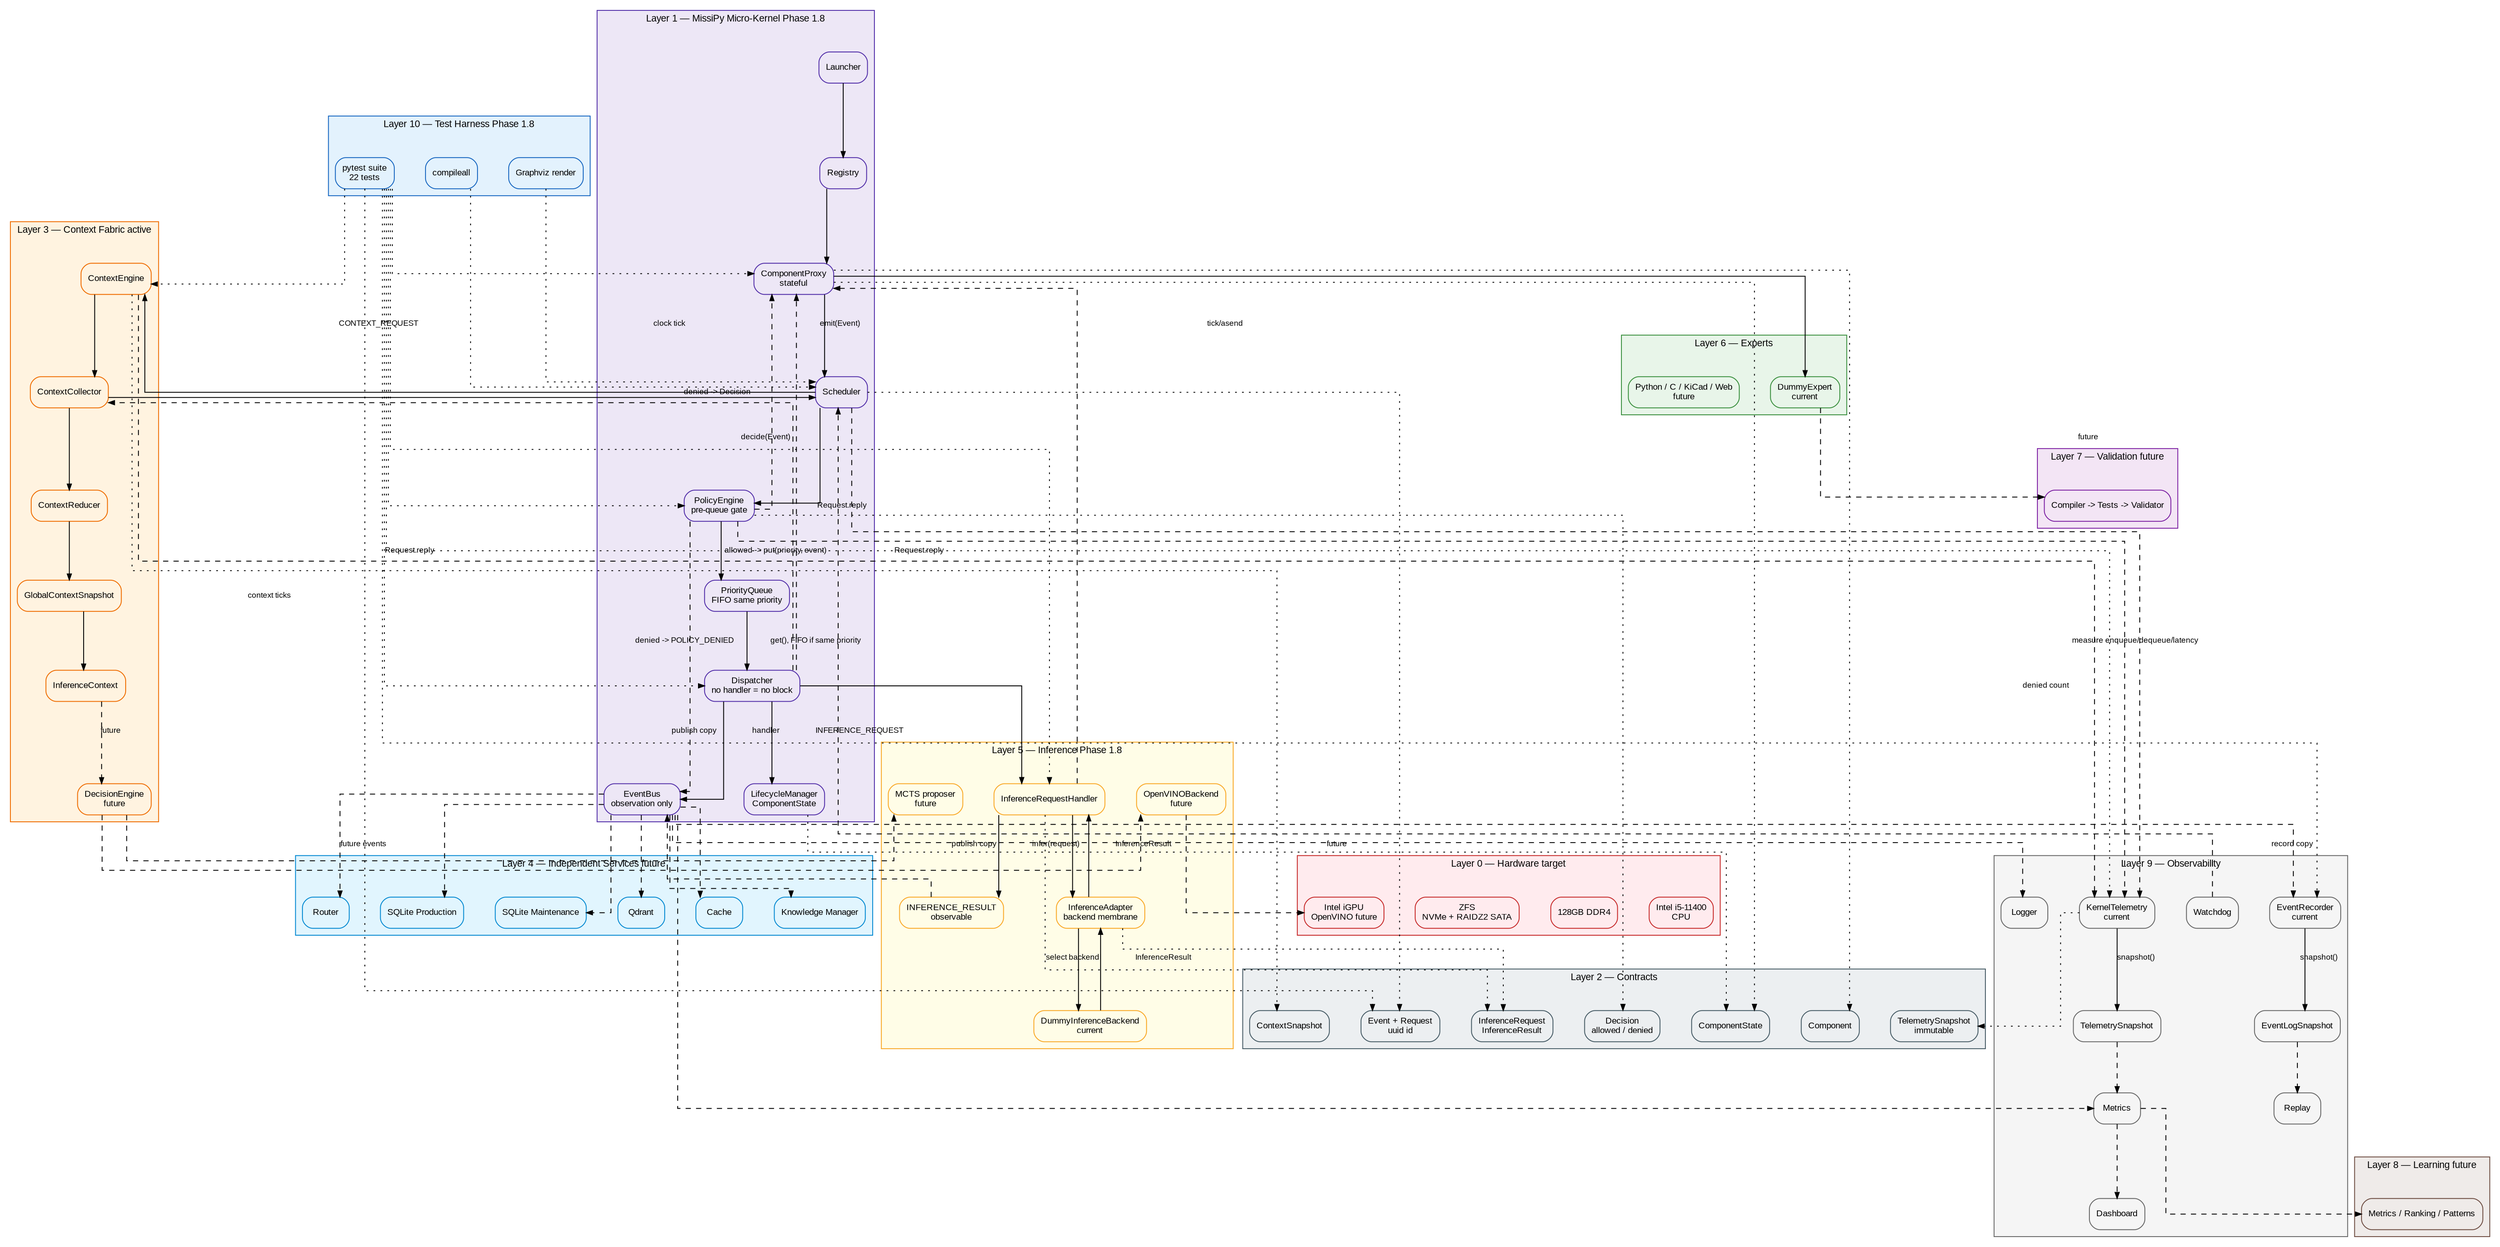
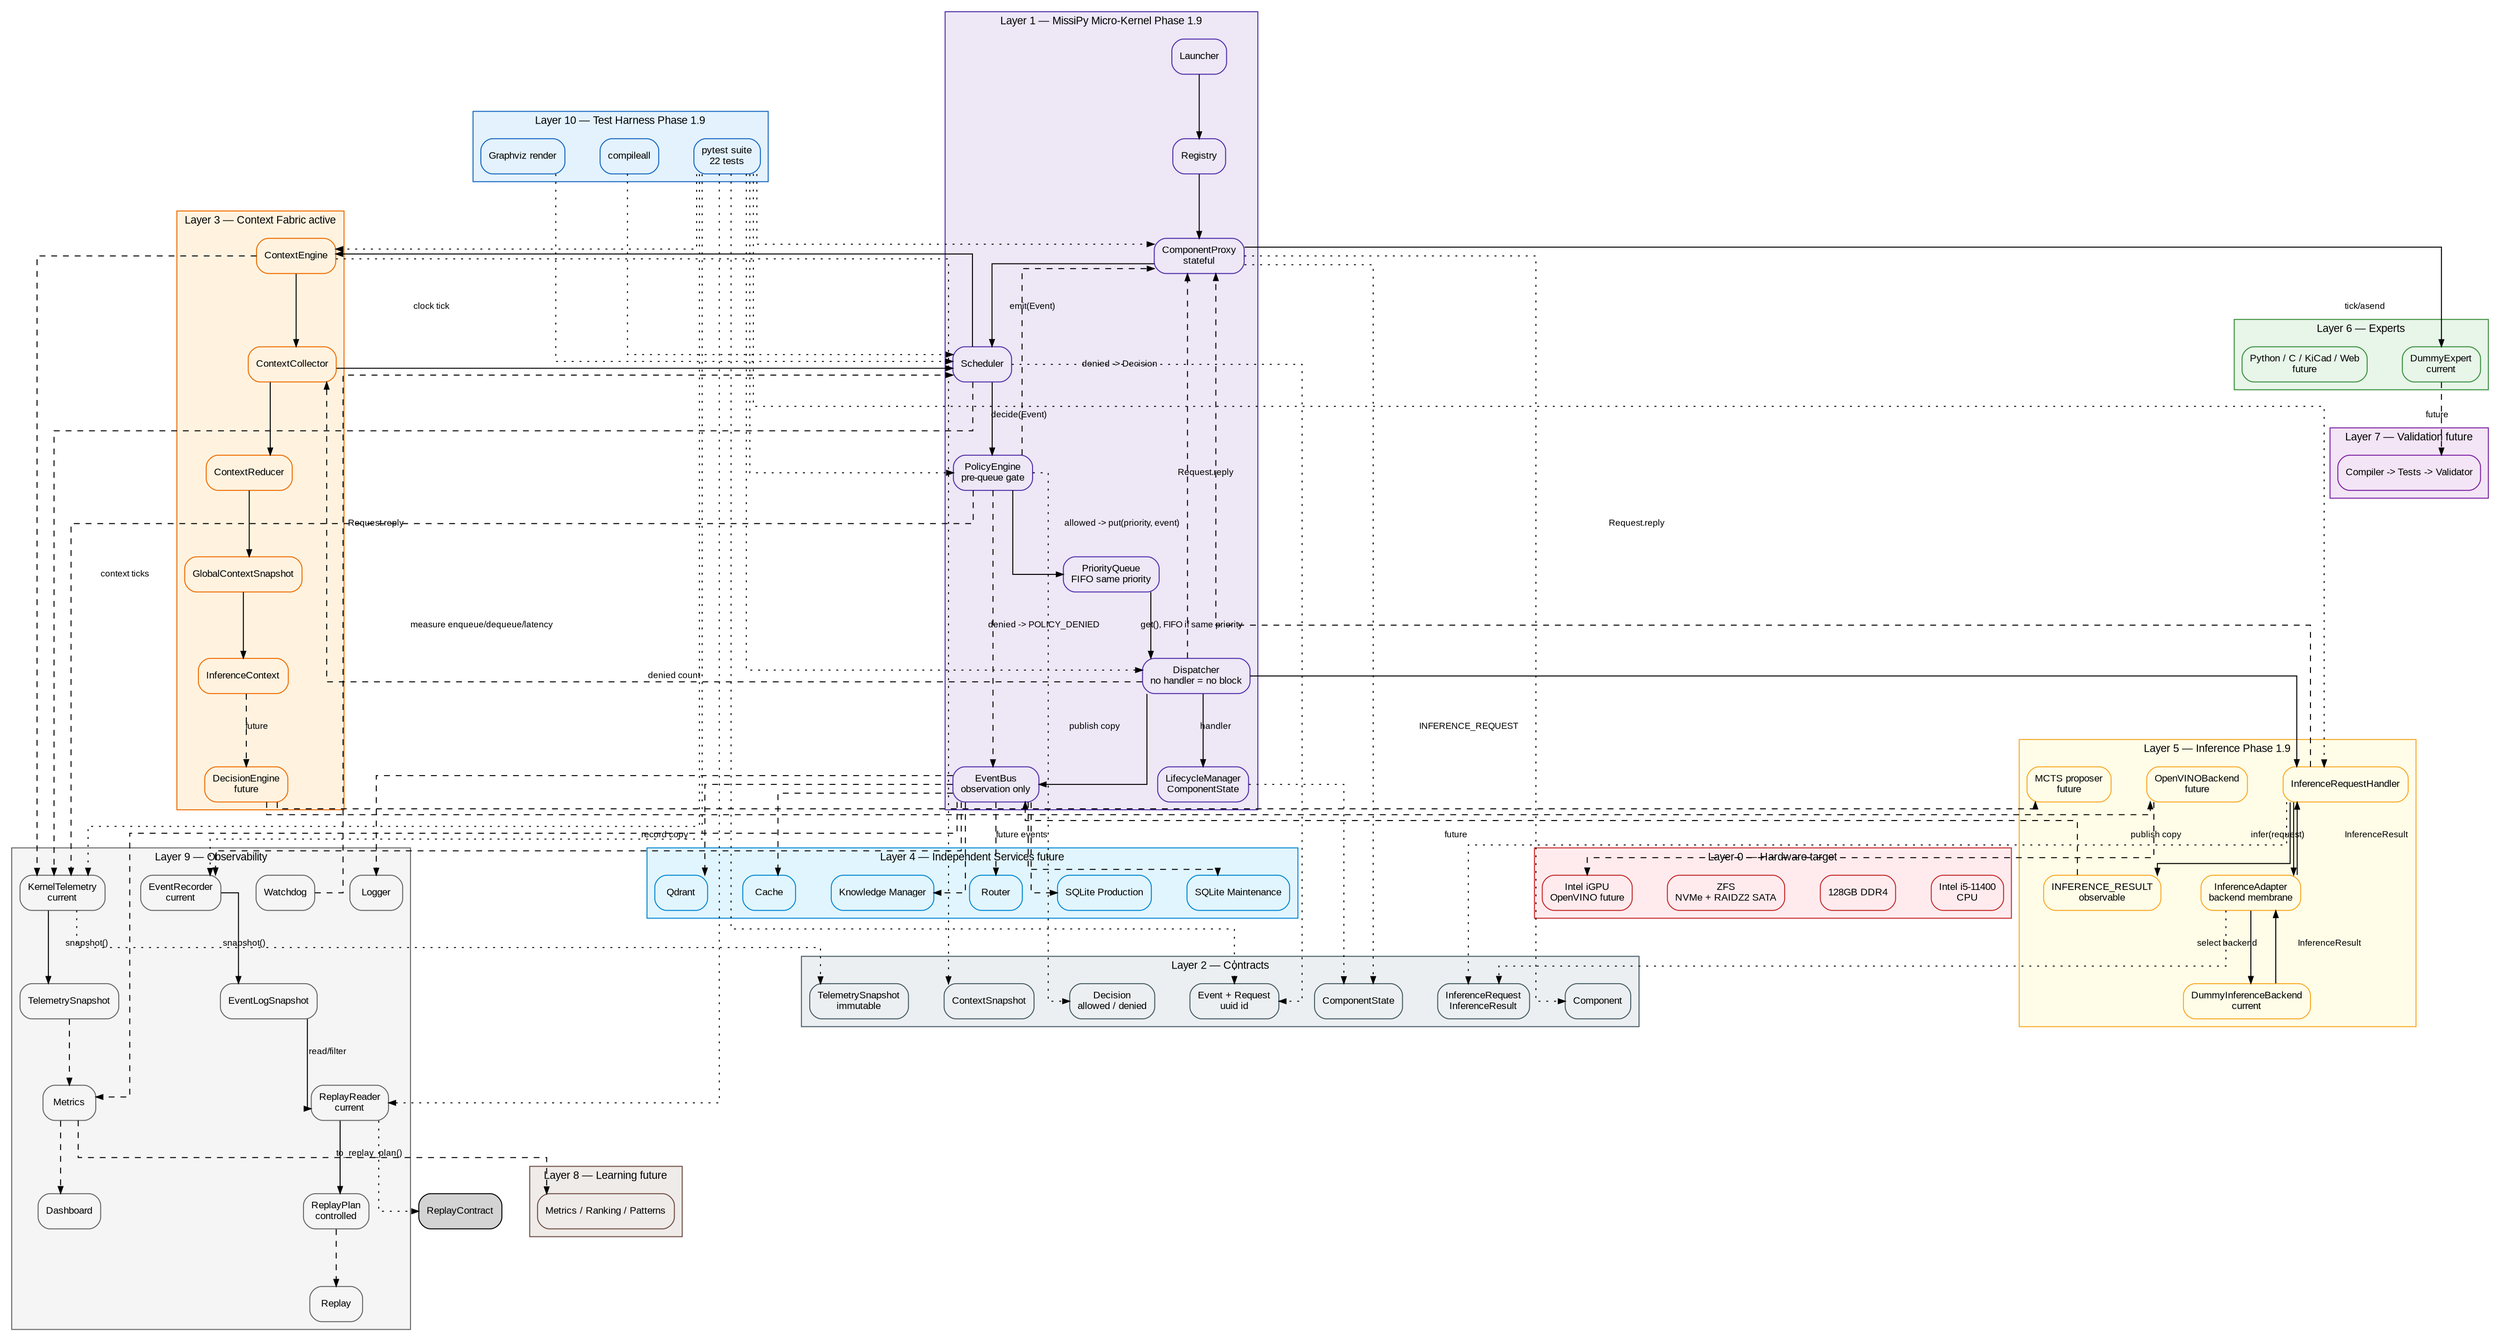
digraph Global {
    rankdir=TB;
    compound=true;
    splines=ortho;
    nodesep=0.5;
    ranksep=0.8;

    graph [fontname="Arial", fontsize=11];
    node [shape=box, style="rounded,filled", fontname="Arial", fontsize=10];
    edge [fontname="Arial", fontsize=9, arrowsize=0.7];

-     // ROADMAP_NOTE[phase1_8]:
-     // Le Layer 9 ajoute EventRecorder comme journal passif d'événements.
-     // KernelTelemetry mesure les invariants runtime, EventRecorder capture
-     // des EventRecord immuables depuis l'EventBus. Aucun des deux ne commande
-     // l'exécution ; ils préparent dashboard, watchdog et replay futur.
+     // ROADMAP_NOTE[phase1_9]:
+     // Le Layer 9 ajoute ReplayReader après EventRecorder.
+     // EventRecorder capture les EventRecord depuis l'EventBus.
+     // ReplayReader lit/filtre EventLogSnapshot et produit un ReplayPlan contrôlé.
+     // Aucun outil d'observabilité ne commande l'exécution.

    subgraph cluster_L0 {
        label="Layer 0 — Hardware target";
        color="#c62828";
        bgcolor="#ffebee";
        node [fillcolor="#ffebee", color="#c62828"];
        CPU [label="Intel i5-11400\nCPU"];
        RAM [label="128GB DDR4"];
        Storage [label="ZFS\nNVMe + RAIDZ2 SATA"];
        GPU [label="Intel iGPU\nOpenVINO future"];
    }

    subgraph cluster_L1 {
-         label="Layer 1 — MissiPy Micro-Kernel Phase 1.8";
+         label="Layer 1 — MissiPy Micro-Kernel Phase 1.9";
        color="#512da8";
        bgcolor="#ede7f6";
        node [fillcolor="#ede7f6", color="#512da8"];
        Launcher [URL="scheduler/10_scheduler.svg", tooltip="Zoom Scheduler"];
        Registry [URL="scheduler/10_scheduler.svg", tooltip="Registry"];
        Proxy [label="ComponentProxy\nstateful", URL="scheduler/10_scheduler.svg", tooltip="Runtime proxy"];
        Scheduler [URL="scheduler/10_scheduler.svg", tooltip="Zoom Scheduler"];
        Policy [label="PolicyEngine\npre-queue gate", URL="scheduler/10_scheduler.svg"];
        Queue [label="PriorityQueue\nFIFO same priority", URL="scheduler/10_scheduler.svg"];
        Dispatcher [label="Dispatcher\nno handler = no block", URL="scheduler/10_scheduler.svg"];
        EventBus [label="EventBus\nobservation only", URL="scheduler/10_scheduler.svg"];
        Lifecycle [label="LifecycleManager\nComponentState", URL="scheduler/10_scheduler.svg"];
    }

    subgraph cluster_L2 {
        label="Layer 2 — Contracts";
        color="#455a64";
        bgcolor="#eceff1";
        node [fillcolor="#eceff1", color="#455a64"];
        EventContract [label="Event + Request\nuuid id"];
        LifecycleContract [label="ComponentState"];
        ComponentContract [label="Component"];
        ContextContract [label="ContextSnapshot"];
        InferenceContract [label="InferenceRequest\nInferenceResult"];
        PolicyContract [label="Decision\nallowed / denied"];
        TelemetryContract [label="TelemetrySnapshot\nimmutable"];
    }

    subgraph cluster_L3 {
        label="Layer 3 — Context Fabric active";
        color="#ef6c00";
        bgcolor="#fff3e0";
        node [fillcolor="#fff3e0", color="#ef6c00"];
        ContextEngine [label="ContextEngine", URL="context/20_context.svg"];
        Collector [label="ContextCollector", URL="context/20_context.svg"];
        Reducer [label="ContextReducer", URL="context/20_context.svg"];
        Snapshot [label="GlobalContextSnapshot", URL="context/20_context.svg"];
        InferenceCtx [label="InferenceContext", URL="context/20_context.svg"];
        Decision [label="DecisionEngine\nfuture", URL="context/20_context.svg"];
    }

    subgraph cluster_L4 {
        label="Layer 4 — Independent Services future";
        color="#0288d1";
        bgcolor="#e1f5fe";
        node [fillcolor="#e1f5fe", color="#0288d1"];
        Router [URL="services/30_services.svg"];
        SQLiteProd [label="SQLite Production", URL="services/30_services.svg"];
        SQLiteMaint [label="SQLite Maintenance", URL="services/30_services.svg"];
        Qdrant [URL="services/30_services.svg"];
        Cache [URL="services/30_services.svg"];
        Knowledge [label="Knowledge Manager", URL="services/30_services.svg"];
    }

    subgraph cluster_L5 {
-         label="Layer 5 — Inference Phase 1.8";
+         label="Layer 5 — Inference Phase 1.9";
        color="#f9a825";
        bgcolor="#fffde7";
        node [fillcolor="#fffde7", color="#f9a825"];
        InferenceHandler [label="InferenceRequestHandler", URL="inference/40_inference.svg"];
        InferenceAdapter [label="InferenceAdapter\nbackend membrane", URL="inference/40_inference.svg"];
        DummyBackend [label="DummyInferenceBackend\ncurrent", URL="inference/40_inference.svg"];
        InferenceResult [label="INFERENCE_RESULT\nobservable", URL="inference/40_inference.svg"];
        OpenVINO [label="OpenVINOBackend\nfuture", URL="inference/40_inference.svg"];
        MCTS [label="MCTS proposer\nfuture"];
    }

    subgraph cluster_L6 {
        label="Layer 6 — Experts";
        color="#388e3c";
        bgcolor="#e8f5e9";
        node [fillcolor="#e8f5e9", color="#388e3c"];
        Dummy [label="DummyExpert\ncurrent", URL="experts/40_experts.svg"];
        ExpertsFuture [label="Python / C / KiCad / Web\nfuture", URL="experts/40_experts.svg"];
    }

    subgraph cluster_L7 {
        label="Layer 7 — Validation future";
        color="#7b1fa2";
        bgcolor="#f3e5f5";
        node [fillcolor="#f3e5f5", color="#7b1fa2"];
        Validation [label="Compiler -> Tests -> Validator", URL="validation/50_validation.svg"];
    }

    subgraph cluster_L8 {
        label="Layer 8 — Learning future";
        color="#6d4c41";
        bgcolor="#efebe9";
        node [fillcolor="#efebe9", color="#6d4c41"];
        Learning [label="Metrics / Ranking / Patterns", URL="learning/60_learning.svg"];
    }

    subgraph cluster_L9 {
        label="Layer 9 — Observability";
        color="#666666";
        bgcolor="#f5f5f5";
        node [fillcolor="#f5f5f5", color="#666666"];
        Logger [URL="observability/70_observability.svg"];
        KernelTelemetry [label="KernelTelemetry
current", URL="observability/70_observability.svg"];
        TelemetrySnapshot [label="TelemetrySnapshot", URL="observability/70_observability.svg"];
        EventRecorder [label="EventRecorder
current", URL="observability/70_observability.svg"];
        EventLogSnapshot [label="EventLogSnapshot", URL="observability/70_observability.svg"];
+         ReplayReader [label="ReplayReader
+ current", URL="observability/70_observability.svg"];
+         ReplayPlan [label="ReplayPlan
+ controlled", URL="observability/70_observability.svg"];
        Metrics [URL="observability/70_observability.svg"];
        Replay [URL="observability/70_observability.svg"];
        Dashboard [URL="observability/70_observability.svg"];
        Watchdog [URL="observability/70_observability.svg"];
    }

    subgraph cluster_L10 {
-         label="Layer 10 — Test Harness Phase 1.8";
+         label="Layer 10 — Test Harness Phase 1.9";
        color="#1565c0";
        bgcolor="#e3f2fd";
        node [fillcolor="#e3f2fd", color="#1565c0"];
        Pytest [label="pytest suite\n22 tests", URL="tests/80_tests.svg"];
        CompileAll [label="compileall"];
        DotRender [label="Graphviz render"];
    }

    Launcher -> Registry;
    Registry -> Proxy;
    Proxy -> Scheduler [label="emit(Event)"];
    Scheduler -> Policy [label="decide(Event)"];
    Policy -> Queue [label="allowed -> put(priority, event)"];
    Policy -> EventBus [label="denied -> POLICY_DENIED", style=dashed];
    Policy -> Proxy [label="denied -> Decision", style=dashed];
    Queue -> Dispatcher [label="get(), FIFO if same priority"];
    Dispatcher -> Lifecycle [label="handler"];
    Dispatcher -> EventBus [label="publish copy"];
    Dispatcher -> Proxy [label="Request.reply", style=dashed];

    Lifecycle -> LifecycleContract [style=dotted];
    Proxy -> LifecycleContract [style=dotted];

    Scheduler -> ContextEngine [label="clock tick"];
    ContextEngine -> Collector;
    Collector -> Scheduler [label="CONTEXT_REQUEST"];
    Dispatcher -> Collector [label="Request.reply", style=dashed];
    Collector -> Reducer;
    Reducer -> Snapshot;
    Snapshot -> InferenceCtx;
    InferenceCtx -> Decision [style=dashed, label="future"];

    Scheduler -> EventContract [style=dotted];
    Policy -> PolicyContract [style=dotted];
    KernelTelemetry -> TelemetryContract [style=dotted];
    Proxy -> ComponentContract [style=dotted];
    ContextEngine -> ContextContract [style=dotted];
    InferenceHandler -> InferenceContract [style=dotted];
+     ReplayReader -> ReplayContract [style=dotted];
    InferenceAdapter -> InferenceContract [style=dotted];

    Proxy -> Dummy [label="tick/asend"];

    Dispatcher -> InferenceHandler [label="INFERENCE_REQUEST"];
    InferenceHandler -> InferenceAdapter [label="infer(request)"];
    InferenceAdapter -> DummyBackend [label="select backend"];
    DummyBackend -> InferenceAdapter [label="InferenceResult"];
    InferenceAdapter -> InferenceHandler [label="InferenceResult"];
    InferenceHandler -> InferenceResult [label="publish copy"];
    InferenceHandler -> Proxy [label="Request.reply", style=dashed];
    InferenceResult -> EventBus [style=dashed];
    OpenVINO -> GPU [style=dashed, label="future"];

    Scheduler -> KernelTelemetry [style=dashed, label="measure enqueue/dequeue/latency"];
    Policy -> KernelTelemetry [style=dashed, label="denied count"];
    ContextEngine -> KernelTelemetry [style=dashed, label="context ticks"];
    KernelTelemetry -> TelemetrySnapshot [label="snapshot()"];
    TelemetrySnapshot -> Metrics [style=dashed];

    EventBus -> Logger [style=dashed];
    EventBus -> Metrics [style=dashed];
    EventBus -> EventRecorder [style=dashed, label="record copy"];
    EventRecorder -> EventLogSnapshot [label="snapshot()"];
-     EventLogSnapshot -> Replay [style=dashed];
+     EventLogSnapshot -> ReplayReader [label="read/filter"];
+     ReplayReader -> ReplayPlan [label="to_replay_plan()"];
+     ReplayPlan -> Replay [style=dashed];
    Metrics -> Dashboard [style=dashed];
    Watchdog -> Scheduler [style=dashed];

    Pytest -> EventContract [style=dotted];
    Pytest -> Dispatcher [style=dotted];
    Pytest -> Proxy [style=dotted];
    Pytest -> ContextEngine [style=dotted];
    Pytest -> InferenceHandler [style=dotted];
    Pytest -> Policy [style=dotted];
    Pytest -> KernelTelemetry [style=dotted];
    Pytest -> EventRecorder [style=dotted];
+     Pytest -> ReplayReader [style=dotted];
    CompileAll -> Scheduler [style=dotted];
    DotRender -> Scheduler [style=dotted];

    EventBus -> Router [style=dashed, label="future events"];
    EventBus -> SQLiteProd [style=dashed];
    EventBus -> SQLiteMaint [style=dashed];
    EventBus -> Qdrant [style=dashed];
    EventBus -> Cache [style=dashed];
    EventBus -> Knowledge [style=dashed];
    Decision -> OpenVINO [style=dashed];
    Decision -> MCTS [style=dashed];
    Dummy -> Validation [style=dashed, label="future"];
    Metrics -> Learning [style=dashed];
}
